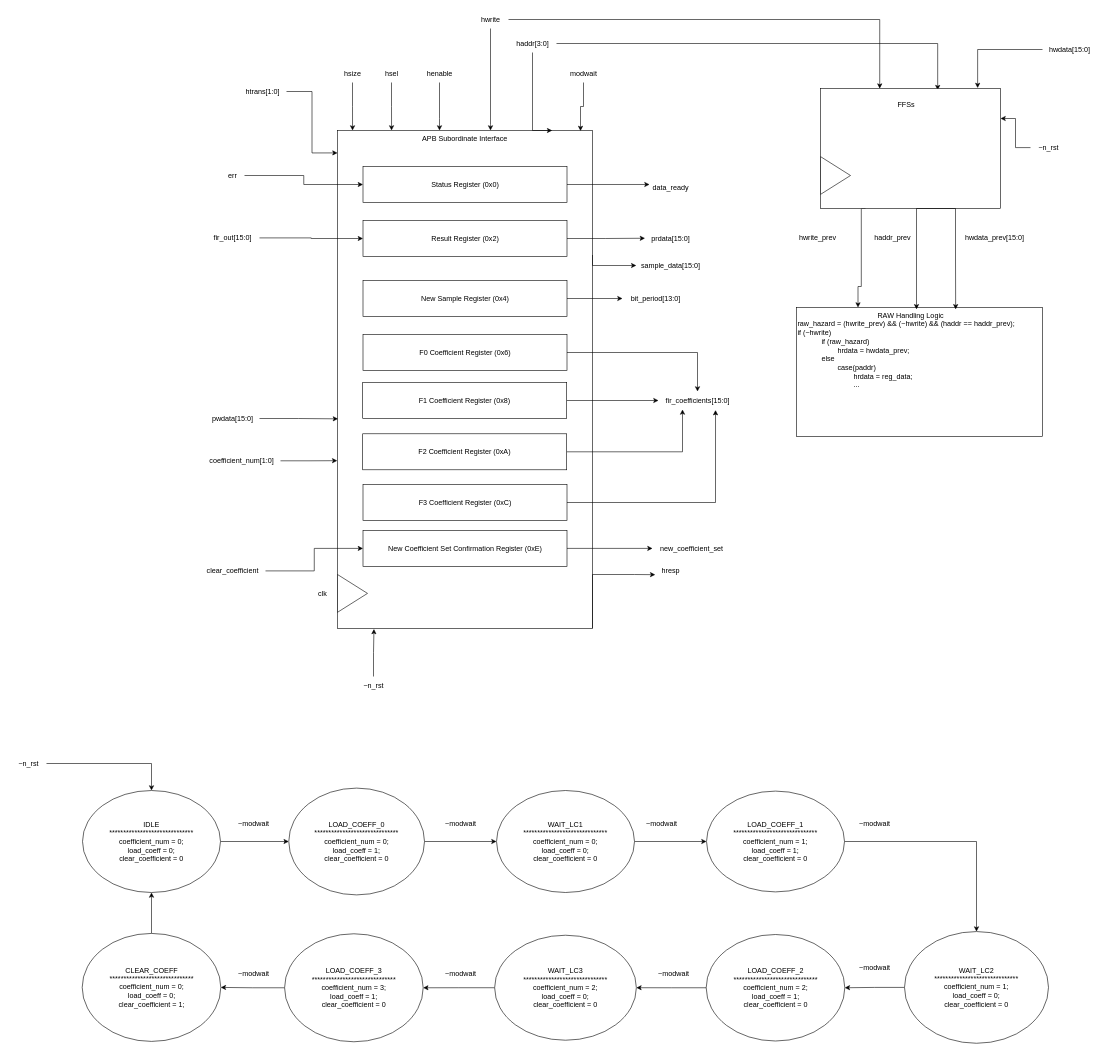
Earlier version of the draw.io diagram lab 9.drawio (Charvles/ECE337). Source tidied: cells renumbered, new cells numbered last; positions are measured from the earlier drawing's top-left corner, leaving out a move shared by most shapes. Both pictures are drawn from the tidied source at 60%, with x=0, y=0 at pixel (10, 10).
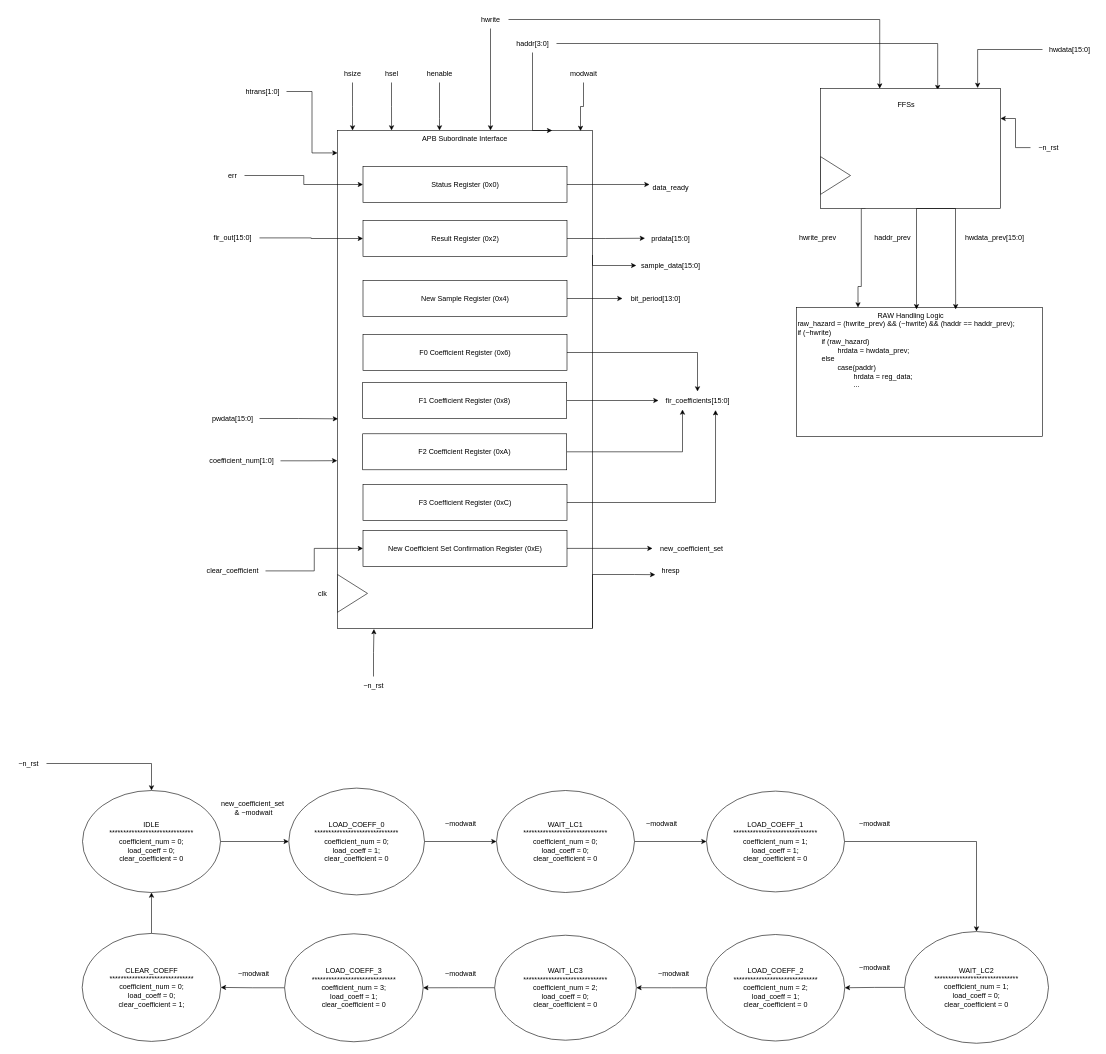
The same page after the edit.

What changed in the source:
```diff
@@
-    <mxCell id="91" value="~modwait" style="text;html=1;align=center;verticalAlign=middle;strokeColor=none;fillColor=none;" parent="1" vertex="1">
-      <mxGeometry x="365" y="1340" width="80" height="30" as="geometry" />
+    <mxCell id="91" value="new_coefficient_set&amp;nbsp;&lt;div&gt;&amp;amp; ~modwait&lt;/div&gt;" style="text;html=1;align=center;verticalAlign=middle;strokeColor=none;fillColor=none;" parent="1" vertex="1">
+      <mxGeometry x="340" y="1310" width="130" height="40" as="geometry" />
     </mxCell>
```
